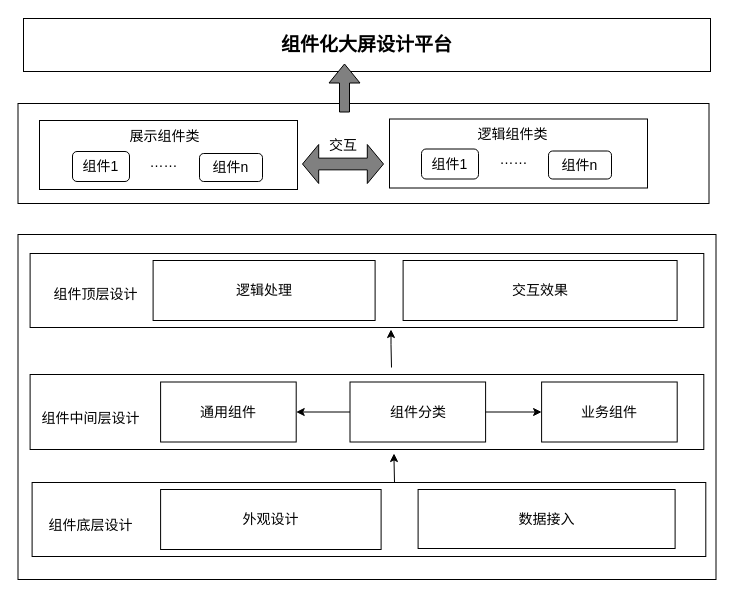
Earlier version of the draw.io diagram 小论文前端组件化方法.drawio (qw-null/drawio). Source tidied: cells renumbered, new cells numbered last; positions are measured from the earlier drawing's top-left corner, leaving out a move shared by most shapes. Both pictures are drawn from the tidied source at 100%, with x=0, y=0 at pixel (18, 18).
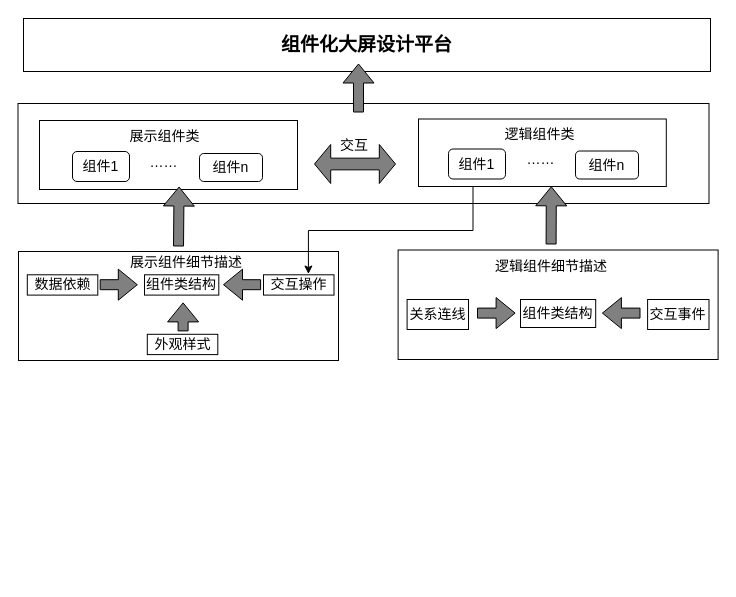
Above is the later version.

Commit message:
更新小论文前端组件化方法.drawio

The change refers to these unchanged cells:
```xml
<mxCell id="4" style="rounded=0;whiteSpace=wrap;html=1;fontFamily=Helvetica;fontSize=14;" parent="1" vertex="1">
  <mxGeometry x="21" y="102" width="258" height="69" as="geometry" />
</mxCell>
```

Diff of the diagram source:
```diff
@@
-    <mxCell id="5" style="group;" parent="1" vertex="1">
-      <mxGeometry x="-0.5" y="216" width="698" height="345" as="geometry" />
-    </mxCell>
-    <mxCell id="6" style="rounded=0;whiteSpace=wrap;html=1;fontFamily=Helvetica;fontSize=19;" parent="5" vertex="1">
-      <mxGeometry width="698" height="345" as="geometry" />
-    </mxCell>
-    <mxCell id="7" style="group;" parent="5" vertex="1">
-      <mxGeometry x="12.1" y="19" width="675.7" height="303" as="geometry" />
-    </mxCell>
-    <mxCell id="8" style="rounded=0;whiteSpace=wrap;html=1;fontFamily=Helvetica;fontSize=19;" parent="7" vertex="1">
-      <mxGeometry width="673.7" height="74" as="geometry" />
-    </mxCell>
-    <mxCell id="9" style="rounded=0;whiteSpace=wrap;html=1;fontFamily=Helvetica;fontSize=19;" parent="7" vertex="1">
-      <mxGeometry y="121" width="673.7" height="75" as="geometry" />
-    </mxCell>
-    <mxCell id="10" style="rounded=0;whiteSpace=wrap;html=1;fontFamily=Helvetica;fontSize=19;" parent="7" vertex="1">
-      <mxGeometry x="2" y="229" width="673.7" height="74" as="geometry" />
-    </mxCell>
-    <mxCell id="11" value="&lt;font style=&quot;font-size: 14px;&quot;&gt;组件底层设计&lt;/font&gt;" style="text;html=1;strokeColor=none;fillColor=none;align=center;verticalAlign=middle;whiteSpace=wrap;rounded=0;fontFamily=Helvetica;fontSize=19;" parent="7" vertex="1">
-      <mxGeometry x="10.1" y="255" width="101.2" height="32" as="geometry" />
-    </mxCell>
-    <mxCell id="12" value="&lt;font style=&quot;font-size: 14px;&quot;&gt;组件中间层设计&lt;/font&gt;" style="text;html=1;strokeColor=none;fillColor=none;align=center;verticalAlign=middle;whiteSpace=wrap;rounded=0;fontFamily=Helvetica;fontSize=19;" parent="7" vertex="1">
-      <mxGeometry x="10.1" y="148" width="101.2" height="32" as="geometry" />
-    </mxCell>
-    <mxCell id="13" value="外观设计" style="rounded=0;whiteSpace=wrap;html=1;fontFamily=Helvetica;fontSize=14;" parent="7" vertex="1">
-      <mxGeometry x="130.5" y="236" width="220.5" height="60" as="geometry" />
-    </mxCell>
-    <mxCell id="14" value="数据接入" style="rounded=0;whiteSpace=wrap;html=1;fontFamily=Helvetica;fontSize=14;" parent="7" vertex="1">
-      <mxGeometry x="388" y="236" width="257" height="59" as="geometry" />
-    </mxCell>
-    <mxCell id="15" value="组件分类" style="rounded=0;whiteSpace=wrap;html=1;fontFamily=Helvetica;fontSize=14;" parent="7" vertex="1">
-      <mxGeometry x="319.9" y="128.5" width="135.6" height="60" as="geometry" />
-    </mxCell>
-    <mxCell id="16" value="通用组件" style="rounded=0;whiteSpace=wrap;html=1;fontFamily=Helvetica;fontSize=14;" parent="7" vertex="1">
-      <mxGeometry x="130.5" y="128.5" width="135.6" height="60" as="geometry" />
-    </mxCell>
-    <mxCell id="17" style="edgeStyle=orthogonalEdgeStyle;rounded=0;jettySize=auto;html=1;fontFamily=Helvetica;fontSize=14;" parent="7" edge="1" source="15" target="16">
-      <mxGeometry relative="1" as="geometry" />
-    </mxCell>
-    <mxCell id="18" value="业务组件" style="rounded=0;whiteSpace=wrap;html=1;fontFamily=Helvetica;fontSize=14;" parent="7" vertex="1">
-      <mxGeometry x="511.5" y="128.5" width="135.6" height="60" as="geometry" />
-    </mxCell>
-    <mxCell id="19" style="edgeStyle=orthogonalEdgeStyle;rounded=0;jettySize=auto;html=1;fontFamily=Helvetica;fontSize=14;" parent="7" edge="1" source="15" target="18">
-      <mxGeometry relative="1" as="geometry" />
-    </mxCell>
-    <mxCell id="20" value="&lt;span style=&quot;font-size: 14px;&quot;&gt;组件顶层设计&lt;/span&gt;" style="text;html=1;strokeColor=none;fillColor=none;align=center;verticalAlign=middle;whiteSpace=wrap;rounded=0;fontFamily=Helvetica;fontSize=19;" parent="7" vertex="1">
-      <mxGeometry x="15.2" y="24" width="101.2" height="32" as="geometry" />
-    </mxCell>
-    <mxCell id="21" value="逻辑处理" style="rounded=0;whiteSpace=wrap;html=1;fontFamily=Helvetica;fontSize=14;" parent="7" vertex="1">
-      <mxGeometry x="123" y="7" width="222" height="60" as="geometry" />
-    </mxCell>
-    <mxCell id="22" value="交互效果" style="rounded=0;whiteSpace=wrap;html=1;fontFamily=Helvetica;fontSize=14;" parent="7" vertex="1">
-      <mxGeometry x="373" y="7" width="274" height="60" as="geometry" />
-    </mxCell>
-    <mxCell id="23" style="endArrow=classic;html=1;rounded=0;fontFamily=Helvetica;fontSize=14;" parent="7" edge="1">
-      <mxGeometry relative="1" as="geometry">
-        <mxPoint x="361.4" y="114" as="sourcePoint" />
-        <mxPoint x="360.9" y="76" as="targetPoint" />
-        <Array as="points">
-          <mxPoint x="360.9" y="91" />
-        </Array>
-      </mxGeometry>
-    </mxCell>
-    <mxCell id="24" style="endArrow=classic;html=1;rounded=0;fontFamily=Helvetica;fontSize=14;" parent="7" edge="1">
-      <mxGeometry relative="1" as="geometry">
-        <mxPoint x="364.4" y="229" as="sourcePoint" />
-        <mxPoint x="363.9" y="200" as="targetPoint" />
-        <Array as="points">
-          <mxPoint x="363.9" y="206" />
-        </Array>
-      </mxGeometry>
-    </mxCell>
@@
     <mxCell id="29" style="rounded=0;whiteSpace=wrap;html=1;fontFamily=Helvetica;fontSize=14;" parent="1" vertex="1">
-      <mxGeometry x="371" y="100.5" width="258" height="69" as="geometry" />
+      <mxGeometry x="400" y="100.5" width="247.8" height="67.5" as="geometry" />
     </mxCell>
     <mxCell id="30" value="组件1" style="rounded=1;whiteSpace=wrap;html=1;fontFamily=Helvetica;fontSize=14;" parent="1" vertex="1">
-      <mxGeometry x="403" y="130.5" width="57" height="30" as="geometry" />
+      <mxGeometry x="430" y="130.5" width="57" height="30" as="geometry" />
     </mxCell>
     <mxCell id="31" value="组件n" style="rounded=1;whiteSpace=wrap;html=1;fontFamily=Helvetica;fontSize=14;" parent="1" vertex="1">
-      <mxGeometry x="530" y="132.5" width="63" height="28" as="geometry" />
+      <mxGeometry x="557" y="132.5" width="63" height="28" as="geometry" />
     </mxCell>
     <mxCell id="32" value="……" style="text;html=1;strokeColor=none;fillColor=none;align=center;verticalAlign=middle;whiteSpace=wrap;rounded=0;fontFamily=Helvetica;fontSize=14;" parent="1" vertex="1">
-      <mxGeometry x="459.5" y="125.5" width="70.5" height="31.5" as="geometry" />
+      <mxGeometry x="486.5" y="125.5" width="70.5" height="31.5" as="geometry" />
     </mxCell>
     <mxCell id="33" value="逻辑组件类" style="text;html=1;strokeColor=none;fillColor=none;align=center;verticalAlign=middle;whiteSpace=wrap;rounded=0;fontFamily=Helvetica;fontSize=14;" parent="1" vertex="1">
-      <mxGeometry x="442.2" y="100.5" width="105" height="30.5" as="geometry" />
+      <mxGeometry x="469.2" y="100.5" width="105" height="30.5" as="geometry" />
     </mxCell>
     <mxCell id="34" style="shape=flexArrow;endArrow=classic;html=1;rounded=0;fillColor=#808080;" parent="1" edge="1">
       <mxGeometry relative="1" as="geometry">
-        <mxPoint x="326" y="94" as="sourcePoint" />
-        <mxPoint x="326" y="45" as="targetPoint" />
+        <mxPoint x="340" y="94" as="sourcePoint" />
+        <mxPoint x="340" y="45" as="targetPoint" />
       </mxGeometry>
     </mxCell>
+    <mxCell id="37" style="group;" parent="1" vertex="1">
+      <mxGeometry y="233" width="320" height="109" as="geometry" />
+    </mxCell>
+    <mxCell id="38" style="rounded=0;whiteSpace=wrap;html=1;fontSize=14;fillColor=#FFFFFF;" parent="37" vertex="1">
+      <mxGeometry width="320" height="109" as="geometry" />
+    </mxCell>
+    <mxCell id="39" value="展示组件细节描述" style="text;html=1;strokeColor=none;fillColor=none;align=center;verticalAlign=middle;whiteSpace=wrap;rounded=0;fontSize=14;" parent="37" vertex="1">
+      <mxGeometry x="103.5" width="127.6" height="21.8" as="geometry" />
+    </mxCell>
+    <mxCell id="40" value="组件类结构" style="rounded=0;whiteSpace=wrap;html=1;fontSize=14;fillColor=#FFFFFF;" parent="37" vertex="1">
+      <mxGeometry x="126" y="23.3" width="74.3" height="20.3" as="geometry" />
+    </mxCell>
+    <mxCell id="41" value="数据依赖" style="rounded=0;whiteSpace=wrap;html=1;fontSize=14;fillColor=#FFFFFF;" parent="37" vertex="1">
+      <mxGeometry x="8.8" y="23.3" width="70.5" height="20.3" as="geometry" />
+    </mxCell>
+    <mxCell id="42" value="交互操作" style="rounded=0;whiteSpace=wrap;html=1;fontSize=14;fillColor=#FFFFFF;" parent="37" vertex="1">
+      <mxGeometry x="245" y="23.3" width="70.5" height="20.3" as="geometry" />
+    </mxCell>
+    <mxCell id="43" style="shape=flexArrow;endArrow=classic;html=1;rounded=0;fontSize=14;fillColor=#808080;" parent="37" edge="1">
+      <mxGeometry relative="1" as="geometry">
+        <mxPoint x="242.6" y="33.2" as="sourcePoint" />
+        <mxPoint x="204.5" y="33.2" as="targetPoint" />
+      </mxGeometry>
+    </mxCell>
+    <mxCell id="44" style="shape=flexArrow;endArrow=classic;html=1;rounded=0;fontSize=14;fillColor=#808080;" parent="37" edge="1">
+      <mxGeometry relative="1" as="geometry">
+        <mxPoint x="81.2" y="33.2" as="sourcePoint" />
+        <mxPoint x="119.3" y="33.2" as="targetPoint" />
+      </mxGeometry>
+    </mxCell>
+    <mxCell id="45" value="外观样式" style="rounded=0;whiteSpace=wrap;html=1;fontSize=14;fillColor=#FFFFFF;" parent="37" vertex="1">
+      <mxGeometry x="128.8" y="82.8" width="70.5" height="20.3" as="geometry" />
+    </mxCell>
+    <mxCell id="46" style="shape=flexArrow;endArrow=classic;html=1;rounded=0;fontSize=14;fillColor=#808080;" parent="37" edge="1">
+      <mxGeometry relative="1" as="geometry">
+        <mxPoint x="164.6" y="79.9" as="sourcePoint" />
+        <mxPoint x="164.6" y="50.9" as="targetPoint" />
+      </mxGeometry>
+    </mxCell>
+    <mxCell id="47" style="rounded=0;whiteSpace=wrap;html=1;fontSize=14;fillColor=#FFFFFF;" parent="1" vertex="1">
+      <mxGeometry x="379.6" y="231.5" width="320" height="109.5" as="geometry" />
+    </mxCell>
+    <mxCell id="48" value="逻辑组件细节描述" style="text;html=1;strokeColor=none;fillColor=none;align=center;verticalAlign=middle;whiteSpace=wrap;rounded=0;fontSize=14;" parent="1" vertex="1">
+      <mxGeometry x="473" y="233" width="120" height="29" as="geometry" />
+    </mxCell>
+    <mxCell id="49" value="组件类结构" style="rounded=0;whiteSpace=wrap;html=1;fontSize=14;fillColor=#FFFFFF;" parent="1" vertex="1">
+      <mxGeometry x="502" y="281" width="75.2" height="28" as="geometry" />
+    </mxCell>
+    <mxCell id="50" style="shape=flexArrow;endArrow=classic;html=1;rounded=0;fontSize=14;fillColor=#808080;entryX=0.541;entryY=0.957;entryDx=0;entryDy=0;entryPerimeter=0;" parent="1" edge="1" target="4">
+      <mxGeometry relative="1" as="geometry">
+        <mxPoint x="160" y="228" as="sourcePoint" />
+      </mxGeometry>
+    </mxCell>
+    <mxCell id="51" value="关系连线" style="rounded=0;whiteSpace=wrap;html=1;fontSize=14;fillColor=#FFFFFF;" parent="1" vertex="1">
+      <mxGeometry x="388.6" y="281" width="61.4" height="30" as="geometry" />
+    </mxCell>
+    <mxCell id="52" style="shape=flexArrow;endArrow=classic;html=1;rounded=0;fontSize=14;fillColor=#808080;" parent="1" edge="1">
+      <mxGeometry relative="1" as="geometry">
+        <mxPoint x="458.5" y="294.6" as="sourcePoint" />
+        <mxPoint x="497.1" y="294.6" as="targetPoint" />
+      </mxGeometry>
+    </mxCell>
+    <mxCell id="53" style="group;" parent="1" vertex="1">
+      <mxGeometry x="296" y="112" width="81" height="53" as="geometry" />
+    </mxCell>
-    <mxCell id="35" style="shape=doubleArrow;whiteSpace=wrap;html=1;fillColor=#808080;" parent="1" vertex="1">
-      <mxGeometry x="284" y="126" width="81" height="39" as="geometry" />
+    <mxCell id="35" style="shape=doubleArrow;whiteSpace=wrap;html=1;fillColor=#808080;" parent="53" vertex="1">
+      <mxGeometry y="14" width="81" height="39" as="geometry" />
     </mxCell>
-    <mxCell id="36" value="&lt;font style=&quot;font-size: 14px;&quot;&gt;交互&lt;/font&gt;" style="text;html=1;strokeColor=none;fillColor=none;align=center;verticalAlign=middle;whiteSpace=wrap;rounded=0;" parent="1" vertex="1">
-      <mxGeometry x="295" y="112" width="60" height="30" as="geometry" />
+    <mxCell id="36" value="&lt;font style=&quot;font-size: 14px;&quot;&gt;交互&lt;/font&gt;" style="text;html=1;strokeColor=none;fillColor=none;align=center;verticalAlign=middle;whiteSpace=wrap;rounded=0;" parent="53" vertex="1">
+      <mxGeometry x="10" width="60" height="30" as="geometry" />
     </mxCell>
+    <mxCell id="54" style="shape=flexArrow;endArrow=classic;html=1;rounded=0;fontSize=14;fillColor=#808080;entryX=0.536;entryY=0.997;entryDx=0;entryDy=0;entryPerimeter=0;" parent="1" edge="1" target="29">
+      <mxGeometry relative="1" as="geometry">
+        <mxPoint x="532.6" y="226" as="sourcePoint" />
+      </mxGeometry>
+    </mxCell>
+    <mxCell id="55" value="交互事件" style="rounded=0;whiteSpace=wrap;html=1;fontSize=14;fillColor=#FFFFFF;" parent="1" vertex="1">
+      <mxGeometry x="629.1" y="281" width="61.4" height="30" as="geometry" />
+    </mxCell>
+    <mxCell id="56" style="shape=flexArrow;endArrow=classic;html=1;rounded=0;fontSize=14;fillColor=#808080;" parent="1" edge="1">
+      <mxGeometry relative="1" as="geometry">
+        <mxPoint x="622" y="294.6" as="sourcePoint" />
+        <mxPoint x="583.4" y="294.6" as="targetPoint" />
+      </mxGeometry>
+    </mxCell>
+    <mxCell id="57" style="edgeStyle=elbowEdgeStyle;elbow=vertical;endArrow=classic;html=1;rounded=0;fontSize=14;fillColor=#808080;exitX=0.22;exitY=0.985;exitDx=0;exitDy=0;exitPerimeter=0;entryX=0.637;entryY=-0.039;entryDx=0;entryDy=0;entryPerimeter=0;" parent="1" edge="1" target="42">
+      <mxGeometry relative="1" as="geometry">
+        <mxPoint x="454.5" y="168" as="sourcePoint" />
+      </mxGeometry>
+    </mxCell>
```
